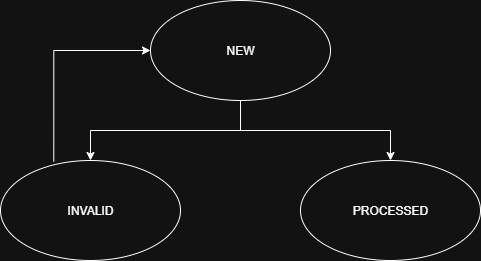
Above: assets/state-machine-resume-analyzer.png in JoelKong/Resume-Analyzer (draw.io), before the change. Source tidied: cells renumbered, new cells last; positions are measured from the earlier drawing's top-left corner, leaving out a move shared by most shapes. Source of this version:
```xml
<mxGraphModel>
  <root>
    <mxCell id="0" />
    <mxCell id="1" parent="0" />
    <mxCell id="2" style="edgeStyle=orthogonalEdgeStyle;rounded=0;jettySize=auto;html=1;" parent="1" edge="1" source="4" target="5">
      <mxGeometry relative="1" as="geometry" />
    </mxCell>
    <mxCell id="3" style="edgeStyle=orthogonalEdgeStyle;rounded=0;jettySize=auto;html=1;entryX=0.5;entryY=0;entryDx=0;entryDy=0;" parent="1" edge="1" source="4" target="7">
      <mxGeometry relative="1" as="geometry" />
    </mxCell>
    <mxCell id="4" value="NEW" style="ellipse;whiteSpace=wrap;html=1;" parent="1" vertex="1">
      <mxGeometry x="150" width="180" height="100" as="geometry" />
    </mxCell>
    <mxCell id="5" value="PROCESSED" style="ellipse;whiteSpace=wrap;html=1;" parent="1" vertex="1">
      <mxGeometry x="300" y="160" width="180" height="100" as="geometry" />
    </mxCell>
    <mxCell id="6" style="edgeStyle=orthogonalEdgeStyle;rounded=0;jettySize=auto;html=1;entryX=0;entryY=0.5;entryDx=0;entryDy=0;exitX=0.296;exitY=0.01;exitDx=0;exitDy=0;exitPerimeter=0;" parent="1" edge="1" source="7" target="4">
      <mxGeometry relative="1" as="geometry" />
    </mxCell>
    <mxCell id="7" value="INVALID" style="ellipse;whiteSpace=wrap;html=1;" parent="1" vertex="1">
      <mxGeometry y="160" width="180" height="100" as="geometry" />
    </mxCell>
  </root>
</mxGraphModel>
```
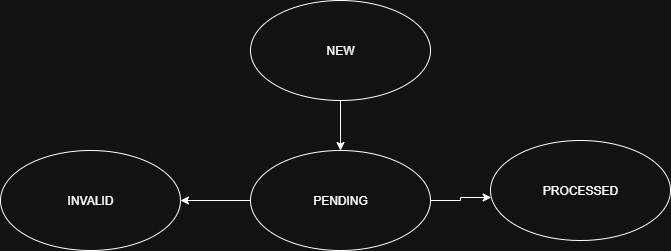
After the commit.

Diff of the diagram source:
```diff
@@ -2,23 +2,26 @@
   <root>
     <mxCell id="0" />
     <mxCell id="1" parent="0" />
-    <mxCell id="2" style="edgeStyle=orthogonalEdgeStyle;rounded=0;jettySize=auto;html=1;" parent="1" edge="1" source="4" target="5">
+    <mxCell id="2" style="edgeStyle=orthogonalEdgeStyle;rounded=0;jettySize=auto;html=1;entryX=0.5;entryY=0;entryDx=0;entryDy=0;" parent="1" edge="1" source="4" target="9">
       <mxGeometry relative="1" as="geometry" />
     </mxCell>
-    <mxCell id="3" style="edgeStyle=orthogonalEdgeStyle;rounded=0;jettySize=auto;html=1;entryX=0.5;entryY=0;entryDx=0;entryDy=0;" parent="1" edge="1" source="4" target="7">
-      <mxGeometry relative="1" as="geometry" />
-    </mxCell>
     <mxCell id="4" value="NEW" style="ellipse;whiteSpace=wrap;html=1;" parent="1" vertex="1">
       <mxGeometry x="150" width="180" height="100" as="geometry" />
     </mxCell>
     <mxCell id="5" value="PROCESSED" style="ellipse;whiteSpace=wrap;html=1;" parent="1" vertex="1">
-      <mxGeometry x="300" y="160" width="180" height="100" as="geometry" />
+      <mxGeometry x="390" y="140" width="180" height="100" as="geometry" />
     </mxCell>
-    <mxCell id="6" style="edgeStyle=orthogonalEdgeStyle;rounded=0;jettySize=auto;html=1;entryX=0;entryY=0.5;entryDx=0;entryDy=0;exitX=0.296;exitY=0.01;exitDx=0;exitDy=0;exitPerimeter=0;" parent="1" edge="1" source="7" target="4">
-      <mxGeometry relative="1" as="geometry" />
-    </mxCell>
     <mxCell id="7" value="INVALID" style="ellipse;whiteSpace=wrap;html=1;" parent="1" vertex="1">
-      <mxGeometry y="160" width="180" height="100" as="geometry" />
+      <mxGeometry x="-100" y="150" width="180" height="100" as="geometry" />
     </mxCell>
+    <mxCell id="8" style="edgeStyle=orthogonalEdgeStyle;rounded=0;jettySize=auto;html=1;entryX=1;entryY=0.5;entryDx=0;entryDy=0;" parent="1" edge="1" source="9" target="7">
+      <mxGeometry relative="1" as="geometry" />
+    </mxCell>
+    <mxCell id="9" value="PENDING" style="ellipse;whiteSpace=wrap;html=1;" parent="1" vertex="1">
+      <mxGeometry x="150" y="150" width="180" height="100" as="geometry" />
+    </mxCell>
+    <mxCell id="10" style="edgeStyle=orthogonalEdgeStyle;rounded=0;jettySize=auto;html=1;entryX=0.004;entryY=0.57;entryDx=0;entryDy=0;entryPerimeter=0;" parent="1" edge="1" source="9" target="5">
+      <mxGeometry relative="1" as="geometry" />
+    </mxCell>
   </root>
 </mxGraphModel>
```
